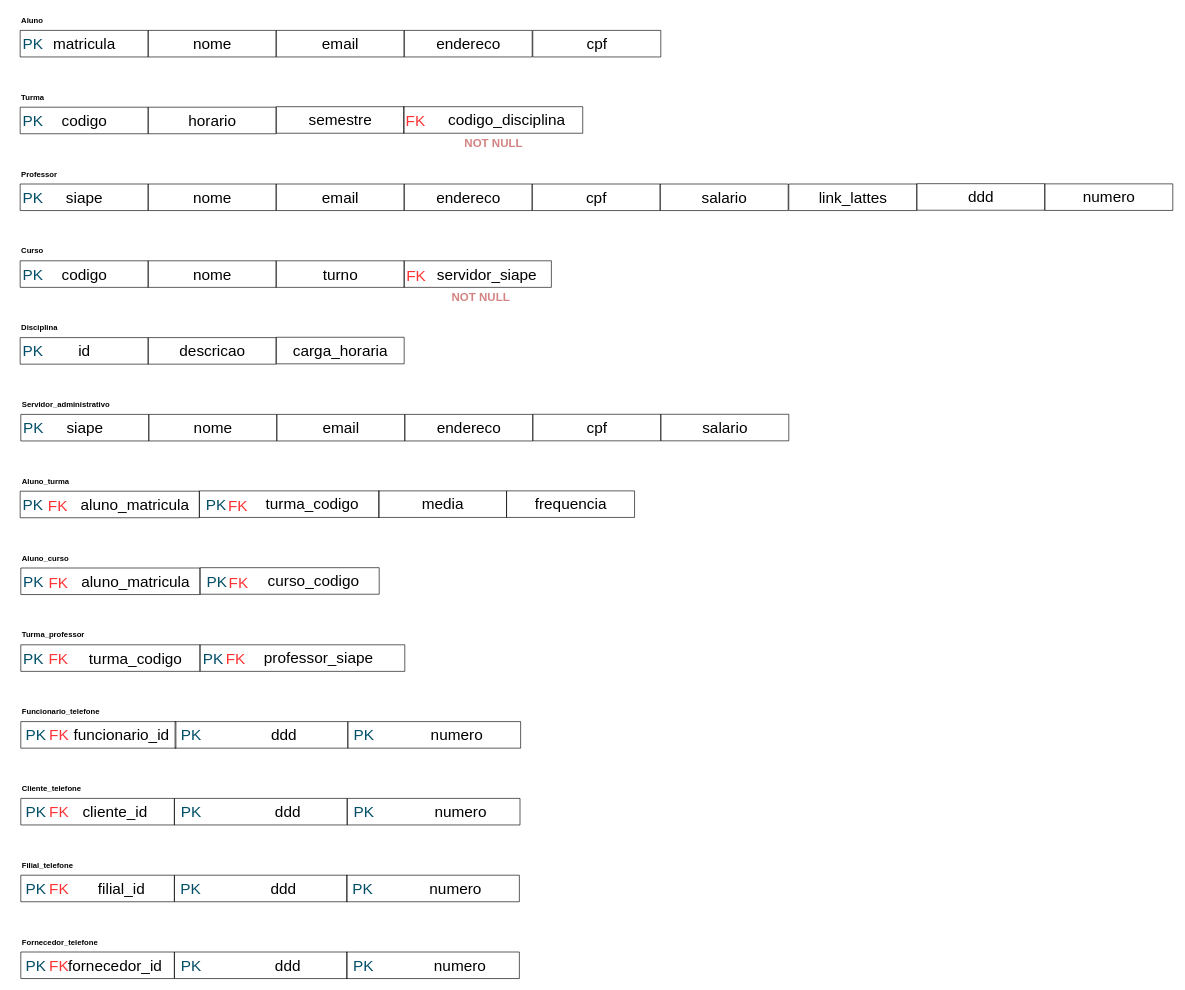
The draw.io diagram LEOBDATV6-1.drawio in Konitch/Diagram, before the edit. Source tidied: cells renumbered, new cells numbered last; positions are measured from the earlier drawing's top-left corner, leaving out a move shared by most shapes. Both pictures are drawn from the tidied source at 64%, with x=0, y=0 at pixel (13, 11).
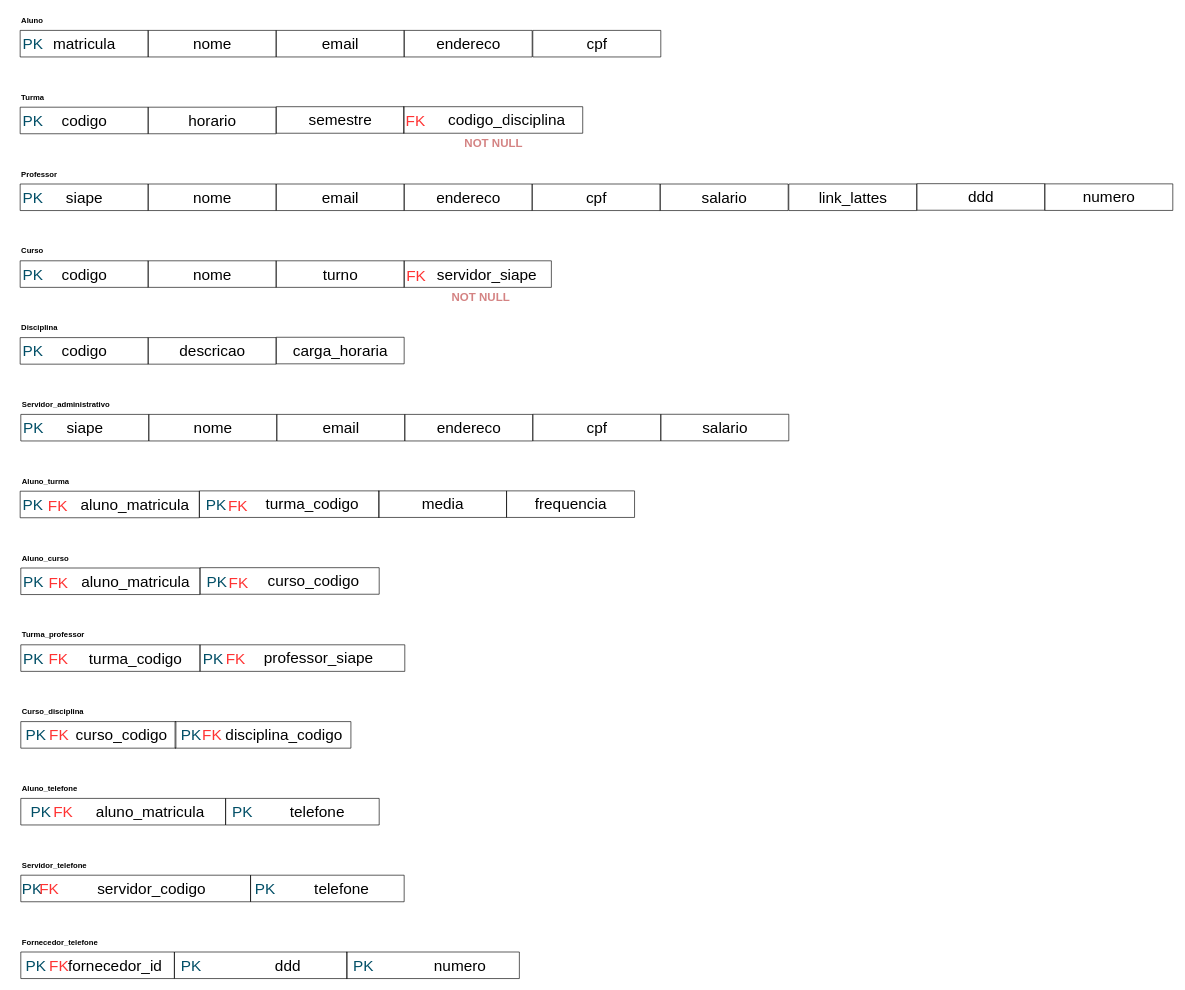
The same diagram, later.

Unchanged cells that the change refers to:
```xml
<mxCell id="73" style="swimlane;startSize=0;" parent="72" vertex="1">
  <mxGeometry width="200" height="41.5" as="geometry" />
</mxCell>
<mxCell id="96" style="group;" parent="1" vertex="1">
  <mxGeometry x="12" y="1080" width="1000" height="73" as="geometry" />
</mxCell>
<mxCell id="97" style="group;" parent="96" vertex="1">
  <mxGeometry y="30" width="1000" height="43" as="geometry" />
</mxCell>
<mxCell id="99" style="swimlane;startSize=0;" parent="98" vertex="1">
  <mxGeometry width="242.4" height="41.5" as="geometry" />
</mxCell>
<mxCell id="112" style="group;" parent="1" vertex="1">
  <mxGeometry x="12" y="1200" width="1000" height="133" as="geometry" />
</mxCell>
<mxCell id="113" style="group;" parent="112" vertex="1">
  <mxGeometry y="30" width="1000" height="43" as="geometry" />
</mxCell>
```

What changed in the source:
```diff
@@
-    <mxCell id="74" value="&lt;font style=&quot;font-size: 24px;&quot;&gt;id&lt;/font&gt;" style="text;html=1;align=center;verticalAlign=middle;strokeColor=none;fillColor=none;" parent="73" vertex="1">
-      <mxGeometry x="80" y="1.5" width="40" height="40" as="geometry" />
+    <mxCell id="74" value="&lt;font style=&quot;font-size: 24px;&quot;&gt;codigo&lt;/font&gt;" style="text;html=1;align=center;verticalAlign=middle;strokeColor=none;fillColor=none;" parent="73" vertex="1">
+      <mxGeometry x="55" y="1.5" width="90" height="40" as="geometry" />
     </mxCell>
@@
-    <mxCell id="100" value="&lt;font style=&quot;font-size: 24px;&quot;&gt;funcionario_id&lt;/font&gt;" style="text;html=1;align=center;verticalAlign=middle;strokeColor=none;fillColor=none;" parent="99" vertex="1">
+    <mxCell id="100" value="&lt;font style=&quot;font-size: 24px;&quot;&gt;curso_codigo&lt;/font&gt;" style="text;html=1;align=center;verticalAlign=middle;strokeColor=none;fillColor=none;" parent="99" vertex="1">
       <mxGeometry x="72.4" y="1.5" width="170" height="40" as="geometry" />
     </mxCell>
@@
     <mxCell id="103" style="group;" parent="97" vertex="1">
-      <mxGeometry x="241" width="270" height="43" as="geometry" />
+      <mxGeometry x="241" width="274.8" height="43" as="geometry" />
     </mxCell>
     <mxCell id="104" style="swimlane;startSize=0;" parent="103" vertex="1">
-      <mxGeometry width="270" height="41.5" as="geometry" />
+      <mxGeometry width="274.8" height="41.5" as="geometry" />
     </mxCell>
-    <mxCell id="105" value="&lt;span style=&quot;font-size: 24px;&quot;&gt;ddd&lt;/span&gt;" style="text;html=1;align=center;verticalAlign=middle;strokeColor=none;fillColor=none;" parent="104" vertex="1">
-      <mxGeometry x="139.8" y="1.5" width="60" height="40" as="geometry" />
+    <mxCell id="105" value="&lt;span style=&quot;font-size: 24px;&quot;&gt;disciplina_codigo&lt;/span&gt;" style="text;html=1;align=center;verticalAlign=middle;strokeColor=none;fillColor=none;" parent="104" vertex="1">
+      <mxGeometry x="64.8" y="1.5" width="210" height="40" as="geometry" />
     </mxCell>
@@
-    <mxCell id="107" style="group;" parent="97" vertex="1">
-      <mxGeometry x="511" width="270" height="43" as="geometry" />
-    </mxCell>
-    <mxCell id="108" style="swimlane;startSize=0;" parent="107" vertex="1">
-      <mxGeometry width="270" height="41.5" as="geometry" />
-    </mxCell>
-    <mxCell id="109" value="&lt;span style=&quot;font-size: 24px;&quot;&gt;numero&lt;/span&gt;" style="text;html=1;align=center;verticalAlign=middle;strokeColor=none;fillColor=none;" parent="108" vertex="1">
-      <mxGeometry x="119.8" y="1.5" width="100" height="40" as="geometry" />
-    </mxCell>
-    <mxCell id="110" value="&lt;font color=&quot;#014e66&quot; style=&quot;font-size: 24px;&quot;&gt;PK&lt;/font&gt;" style="text;html=1;align=center;verticalAlign=middle;whiteSpace=wrap;rounded=0;" parent="108" vertex="1">
-      <mxGeometry x="-22.7" y="6.5" width="97.2" height="30" as="geometry" />
-    </mxCell>
+    <mxCell id="232" value="&lt;font color=&quot;#ff3333&quot; style=&quot;font-size: 24px;&quot;&gt;FK&lt;/font&gt;" style="text;html=1;align=center;verticalAlign=middle;whiteSpace=wrap;rounded=0;" parent="104" vertex="1">
+      <mxGeometry x="28" y="6.5" width="60" height="30" as="geometry" />
+    </mxCell>
-    <mxCell id="111" value="&lt;b&gt;Funcionario_telefone&lt;/b&gt;" style="text;html=1;align=left;verticalAlign=middle;whiteSpace=wrap;rounded=0;" parent="96" vertex="1">
+    <mxCell id="111" value="&lt;b&gt;Curso_disciplina&lt;/b&gt;" style="text;html=1;align=left;verticalAlign=middle;whiteSpace=wrap;rounded=0;" parent="96" vertex="1">
       <mxGeometry width="110" height="30" as="geometry" />
     </mxCell>
@@
     <mxCell id="114" style="group;" parent="113" vertex="1">
-      <mxGeometry width="240" height="43" as="geometry" />
+      <mxGeometry width="320" height="43" as="geometry" />
     </mxCell>
     <mxCell id="115" style="swimlane;startSize=0;" parent="114" vertex="1">
-      <mxGeometry width="240" height="41.5" as="geometry" />
+      <mxGeometry width="320" height="41.5" as="geometry" />
     </mxCell>
-    <mxCell id="116" value="&lt;font style=&quot;font-size: 24px;&quot;&gt;cliente_id&lt;/font&gt;" style="text;html=1;align=center;verticalAlign=middle;strokeColor=none;fillColor=none;" parent="115" vertex="1">
-      <mxGeometry x="87.4" y="1.5" width="120" height="40" as="geometry" />
+    <mxCell id="116" value="&lt;font style=&quot;font-size: 24px;&quot;&gt;aluno_matricula&lt;/font&gt;" style="text;html=1;align=center;verticalAlign=middle;strokeColor=none;fillColor=none;" parent="115" vertex="1">
+      <mxGeometry x="106.8" y="1.5" width="190" height="40" as="geometry" />
     </mxCell>
     <mxCell id="117" value="&lt;font color=&quot;#014e66&quot; style=&quot;font-size: 24px;&quot;&gt;PK&lt;/font&gt;" style="text;html=1;align=center;verticalAlign=middle;whiteSpace=wrap;rounded=0;" parent="115" vertex="1">
-      <mxGeometry x="-12" y="6.5" width="72" height="30" as="geometry" />
+      <mxGeometry x="-15.8" y="6.5" width="95" height="30" as="geometry" />
     </mxCell>
     <mxCell id="118" value="&lt;font color=&quot;#ff3333&quot; style=&quot;font-size: 24px;&quot;&gt;FK&lt;/font&gt;" style="text;html=1;align=center;verticalAlign=middle;whiteSpace=wrap;rounded=0;" parent="115" vertex="1">
-      <mxGeometry x="30" y="6.5" width="60" height="30" as="geometry" />
+      <mxGeometry x="26.6" y="6.5" width="79.2" height="30" as="geometry" />
     </mxCell>
     <mxCell id="119" style="group;" parent="113" vertex="1">
-      <mxGeometry x="240" width="270" height="43" as="geometry" />
+      <mxGeometry x="320" width="270" height="43" as="geometry" />
     </mxCell>
     <mxCell id="120" style="swimlane;startSize=0;" parent="119" vertex="1">
-      <mxGeometry width="270" height="41.5" as="geometry" />
+      <mxGeometry width="240" height="41.5" as="geometry" />
     </mxCell>
-    <mxCell id="121" value="&lt;font style=&quot;font-size: 24px;&quot;&gt;ddd&lt;/font&gt;" style="text;html=1;align=center;verticalAlign=middle;strokeColor=none;fillColor=none;" parent="120" vertex="1">
-      <mxGeometry x="147" y="1.5" width="60" height="40" as="geometry" />
+    <mxCell id="121" value="&lt;font style=&quot;font-size: 24px;&quot;&gt;telefone&lt;/font&gt;" style="text;html=1;align=center;verticalAlign=middle;strokeColor=none;fillColor=none;" parent="120" vertex="1">
+      <mxGeometry x="88" y="1.5" width="110" height="40" as="geometry" />
     </mxCell>
@@
-    <mxCell id="123" style="group;" parent="113" vertex="1">
-      <mxGeometry x="510" width="270" height="43" as="geometry" />
-    </mxCell>
-    <mxCell id="124" style="swimlane;startSize=0;" parent="123" vertex="1">
-      <mxGeometry width="270" height="41.5" as="geometry" />
-    </mxCell>
-    <mxCell id="125" value="&lt;font style=&quot;font-size: 24px;&quot;&gt;numero&lt;/font&gt;" style="text;html=1;align=center;verticalAlign=middle;strokeColor=none;fillColor=none;" parent="124" vertex="1">
-      <mxGeometry x="127" y="1.5" width="100" height="40" as="geometry" />
-    </mxCell>
-    <mxCell id="126" value="&lt;font color=&quot;#014e66&quot; style=&quot;font-size: 24px;&quot;&gt;PK&lt;/font&gt;" style="text;html=1;align=center;verticalAlign=middle;whiteSpace=wrap;rounded=0;" parent="124" vertex="1">
-      <mxGeometry x="-21.6" y="6.5" width="97.2" height="30" as="geometry" />
-    </mxCell>
-    <mxCell id="127" value="&lt;b&gt;Cliente_telefone&lt;/b&gt;" style="text;html=1;align=left;verticalAlign=middle;whiteSpace=wrap;rounded=0;" parent="112" vertex="1">
+    <mxCell id="127" value="&lt;b&gt;Aluno_telefone&lt;/b&gt;" style="text;html=1;align=left;verticalAlign=middle;whiteSpace=wrap;rounded=0;" parent="112" vertex="1">
       <mxGeometry width="110" height="30" as="geometry" />
     </mxCell>
     <mxCell id="128" style="group;" parent="1" vertex="1">
-      <mxGeometry x="12" y="1350" width="240" height="43" as="geometry" />
+      <mxGeometry x="12" y="1350" width="359" height="43" as="geometry" />
     </mxCell>
     <mxCell id="129" style="swimlane;startSize=0;" parent="128" vertex="1">
-      <mxGeometry width="240" height="41.5" as="geometry" />
+      <mxGeometry width="359" height="41.5" as="geometry" />
     </mxCell>
-    <mxCell id="130" value="&lt;font style=&quot;font-size: 24px;&quot;&gt;filial_id&lt;/font&gt;" style="text;html=1;align=center;verticalAlign=middle;strokeColor=none;fillColor=none;" parent="129" vertex="1">
-      <mxGeometry x="107.4" y="1.5" width="100" height="40" as="geometry" />
+    <mxCell id="130" value="&lt;font style=&quot;font-size: 24px;&quot;&gt;servidor_codigo&lt;/font&gt;" style="text;html=1;align=center;verticalAlign=middle;strokeColor=none;fillColor=none;" parent="129" vertex="1">
+      <mxGeometry x="109.1" y="1.5" width="190" height="40" as="geometry" />
     </mxCell>
     <mxCell id="131" value="&lt;font color=&quot;#014e66&quot; style=&quot;font-size: 24px;&quot;&gt;PK&lt;/font&gt;" style="text;html=1;align=center;verticalAlign=middle;whiteSpace=wrap;rounded=0;" parent="129" vertex="1">
-      <mxGeometry x="-12" y="6.5" width="72" height="30" as="geometry" />
+      <mxGeometry x="-9" y="6.5" width="53.9" height="30" as="geometry" />
     </mxCell>
     <mxCell id="132" value="&lt;font color=&quot;#ff3333&quot; style=&quot;font-size: 24px;&quot;&gt;FK&lt;/font&gt;" style="text;html=1;align=center;verticalAlign=middle;whiteSpace=wrap;rounded=0;" parent="129" vertex="1">
-      <mxGeometry x="30" y="6.5" width="60" height="30" as="geometry" />
+      <mxGeometry x="22.4" y="6.5" width="44.9" height="30" as="geometry" />
     </mxCell>
     <mxCell id="133" style="group;" parent="1" vertex="1">
-      <mxGeometry x="252" y="1350" width="270" height="43" as="geometry" />
+      <mxGeometry x="371" y="1350" width="240" height="43" as="geometry" />
     </mxCell>
     <mxCell id="134" style="swimlane;startSize=0;" parent="133" vertex="1">
-      <mxGeometry width="270" height="41.5" as="geometry" />
+      <mxGeometry width="240" height="41.5" as="geometry" />
     </mxCell>
-    <mxCell id="135" value="&lt;span style=&quot;font-size: 24px;&quot;&gt;ddd&lt;/span&gt;" style="text;html=1;align=center;verticalAlign=middle;strokeColor=none;fillColor=none;" parent="134" vertex="1">
-      <mxGeometry x="139.8" y="1.5" width="60" height="40" as="geometry" />
+    <mxCell id="135" value="&lt;span style=&quot;font-size: 24px;&quot;&gt;telefone&lt;/span&gt;" style="text;html=1;align=center;verticalAlign=middle;strokeColor=none;fillColor=none;" parent="134" vertex="1">
+      <mxGeometry x="87.4" y="1.5" width="110" height="40" as="geometry" />
     </mxCell>
     <mxCell id="136" value="&lt;font color=&quot;#014e66&quot; style=&quot;font-size: 24px;&quot;&gt;PK&lt;/font&gt;" style="text;html=1;align=center;verticalAlign=middle;whiteSpace=wrap;rounded=0;" parent="134" vertex="1">
-      <mxGeometry x="-22.7" y="6.5" width="97.2" height="30" as="geometry" />
+      <mxGeometry x="-20.2" y="6.5" width="86.4" height="30" as="geometry" />
     </mxCell>
-    <mxCell id="137" value="&lt;b&gt;Filial_telefone&lt;/b&gt;" style="text;html=1;align=left;verticalAlign=middle;whiteSpace=wrap;rounded=0;" parent="1" vertex="1">
-      <mxGeometry x="12" y="1320" width="110" height="30" as="geometry" />
+    <mxCell id="137" value="&lt;b&gt;Servidor_telefone&lt;/b&gt;" style="text;html=1;align=left;verticalAlign=middle;whiteSpace=wrap;rounded=0;" parent="1" vertex="1">
+      <mxGeometry x="12" y="1320" width="289" height="30" as="geometry" />
     </mxCell>
@@
-    <mxCell id="199" style="group;" parent="1" vertex="1">
-      <mxGeometry x="521" y="1350" width="270" height="43" as="geometry" />
-    </mxCell>
-    <mxCell id="200" style="swimlane;startSize=0;" parent="199" vertex="1">
-      <mxGeometry width="270" height="41.5" as="geometry" />
-    </mxCell>
-    <mxCell id="201" value="&lt;span style=&quot;font-size: 24px;&quot;&gt;numero&lt;/span&gt;" style="text;html=1;align=center;verticalAlign=middle;strokeColor=none;fillColor=none;" parent="200" vertex="1">
-      <mxGeometry x="119.8" y="1.5" width="100" height="40" as="geometry" />
-    </mxCell>
-    <mxCell id="202" value="&lt;font color=&quot;#014e66&quot; style=&quot;font-size: 24px;&quot;&gt;PK&lt;/font&gt;" style="text;html=1;align=center;verticalAlign=middle;whiteSpace=wrap;rounded=0;" parent="200" vertex="1">
-      <mxGeometry x="-22.7" y="6.5" width="97.2" height="30" as="geometry" />
-    </mxCell>
```
